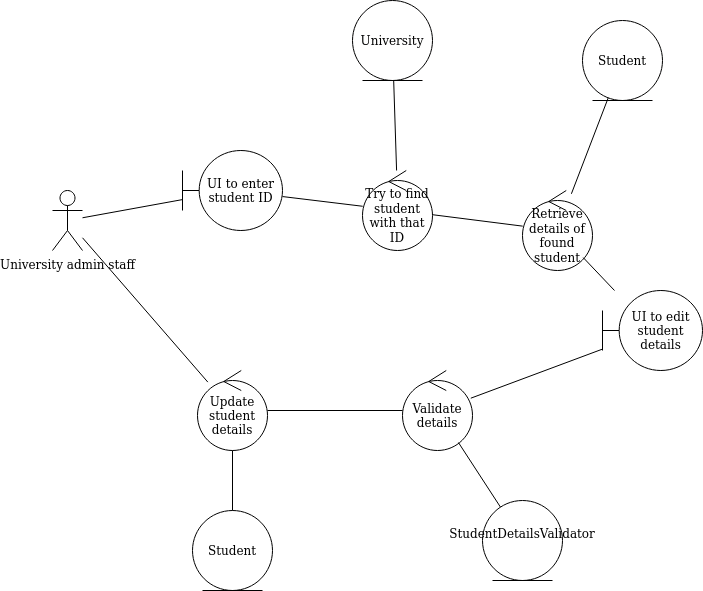
nwcourses/nwcourses.github.io keeps this draw.io diagram as images/robustness_edit_student.2.drawio.png. Above is the earlier version. Source tidied: cells renumbered, new cells last; positions are measured from the earlier drawing's top-left corner, leaving out a move shared by most shapes.
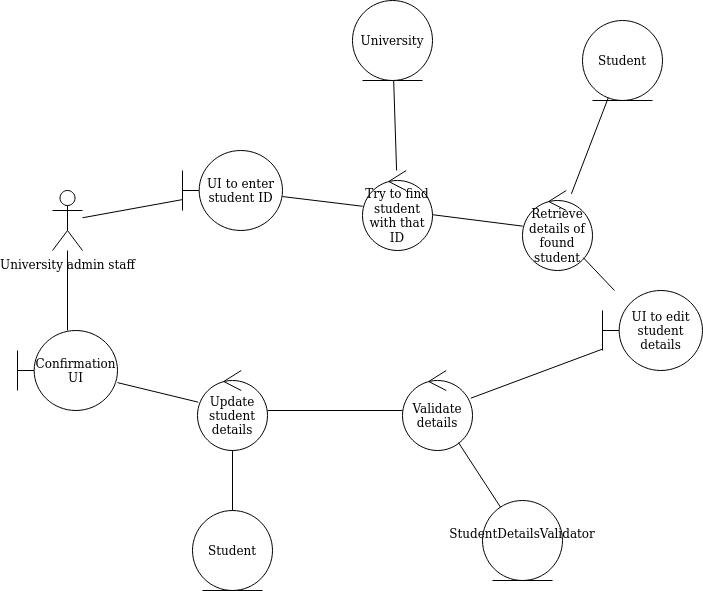
After the change.

The edit, as a diff of the source:
```diff
@@ -47,9 +47,6 @@
     <mxCell id="16" style="endArrow=none;html=1;rounded=0;" parent="1" edge="1" source="7" target="6">
       <mxGeometry relative="1" as="geometry" />
     </mxCell>
-    <mxCell id="17" style="endArrow=none;html=1;rounded=0;" parent="1" edge="1" source="2" target="7">
-      <mxGeometry relative="1" as="geometry" />
-    </mxCell>
     <mxCell id="18" style="endArrow=none;html=1;rounded=0;" parent="1" edge="1" source="4" target="8">
       <mxGeometry relative="1" as="geometry" />
     </mxCell>
@@ -68,5 +65,14 @@
     <mxCell id="23" style="endArrow=none;html=1;rounded=0;" parent="1" edge="1" source="22" target="6">
       <mxGeometry relative="1" as="geometry" />
     </mxCell>
+    <mxCell id="24" value="Confirmation UI" style="shape=umlBoundary;whiteSpace=wrap;html=1;" parent="1" vertex="1">
+      <mxGeometry x="-35" y="330" width="100" height="80" as="geometry" />
+    </mxCell>
+    <mxCell id="25" style="endArrow=none;html=1;rounded=0;" parent="1" edge="1" source="2" target="24">
+      <mxGeometry relative="1" as="geometry" />
+    </mxCell>
+    <mxCell id="26" style="endArrow=none;html=1;rounded=0;" parent="1" edge="1" source="24" target="7">
+      <mxGeometry relative="1" as="geometry" />
+    </mxCell>
   </root>
 </mxGraphModel>
```
